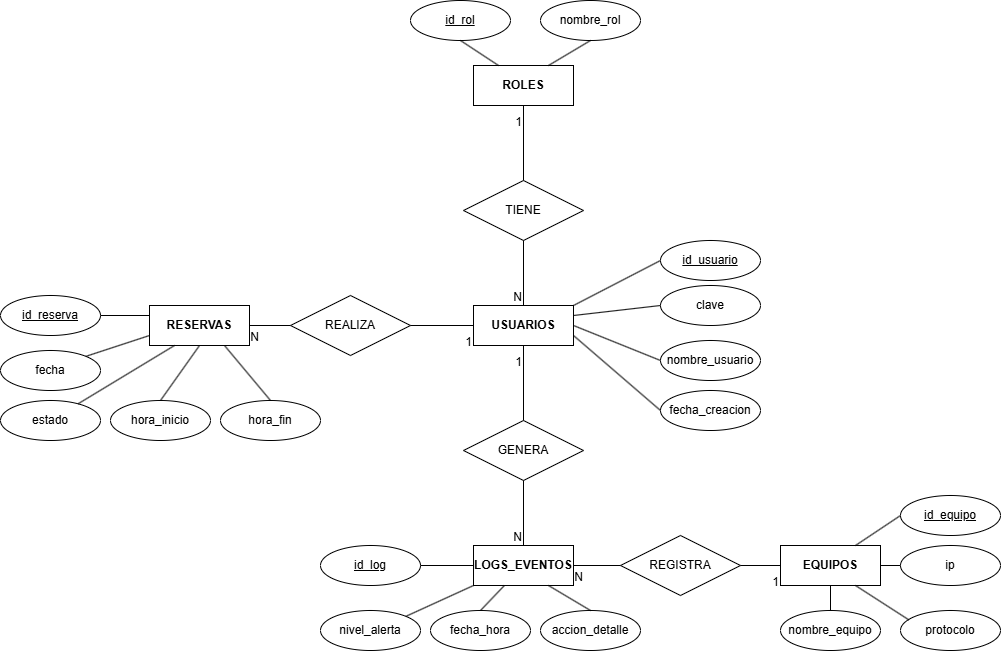
Above: database/ER_TFG_MTM.drawio.png in mtarraga/TFG-Automatizacion_y_gestion_de_espacios (draw.io), before the change. Source tidied: cells renumbered, new cells last; positions are measured from the earlier drawing's top-left corner, leaving out a move shared by most shapes.
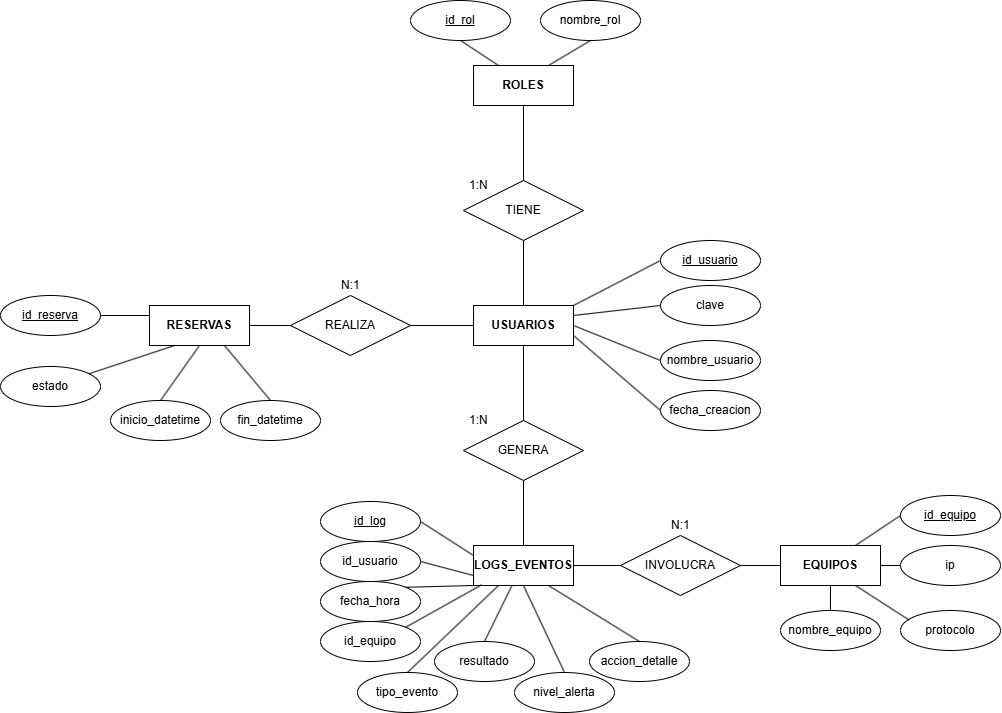
After the change.

Commit message:
docs: actualización Hito 1 con feedback del tutor (Modelos E-R, esquema SQL y Memoria)

Diff of the diagram source:
```diff
@@ -50,31 +50,28 @@
     <mxCell id="17" value="id_reserva" style="ellipse;whiteSpace=wrap;html=1;align=center;fontStyle=4;" parent="1" vertex="1">
       <mxGeometry y="295" width="100" height="40" as="geometry" />
     </mxCell>
-    <mxCell id="18" value="fecha" style="ellipse;whiteSpace=wrap;html=1;align=center;" parent="1" vertex="1">
-      <mxGeometry y="350" width="100" height="40" as="geometry" />
-    </mxCell>
-    <mxCell id="19" value="hora_inicio" style="ellipse;whiteSpace=wrap;html=1;align=center;" parent="1" vertex="1">
+    <mxCell id="19" value="inicio_datetime" style="ellipse;whiteSpace=wrap;html=1;align=center;" parent="1" vertex="1">
       <mxGeometry x="110" y="400" width="100" height="40" as="geometry" />
     </mxCell>
-    <mxCell id="20" value="hora_fin" style="ellipse;whiteSpace=wrap;html=1;align=center;" parent="1" vertex="1">
+    <mxCell id="20" value="fin_datetime" style="ellipse;whiteSpace=wrap;html=1;align=center;" parent="1" vertex="1">
       <mxGeometry x="220" y="400" width="100" height="40" as="geometry" />
     </mxCell>
     <mxCell id="21" value="estado" style="ellipse;whiteSpace=wrap;html=1;align=center;" parent="1" vertex="1">
-      <mxGeometry y="400" width="100" height="40" as="geometry" />
+      <mxGeometry y="366" width="100" height="40" as="geometry" />
     </mxCell>
     <mxCell id="22" value="id_log" style="ellipse;whiteSpace=wrap;html=1;align=center;fontStyle=4;" parent="1" vertex="1">
-      <mxGeometry x="320" y="545" width="100" height="40" as="geometry" />
+      <mxGeometry x="320" y="501" width="100" height="40" as="geometry" />
     </mxCell>
     <mxCell id="23" value="fecha_hora" style="ellipse;whiteSpace=wrap;html=1;align=center;" parent="1" vertex="1">
-      <mxGeometry x="430" y="610" width="100" height="40" as="geometry" />
+      <mxGeometry x="320" y="581" width="100" height="40" as="geometry" />
     </mxCell>
     <mxCell id="24" value="accion_detalle" style="ellipse;whiteSpace=wrap;html=1;align=center;" parent="1" vertex="1">
-      <mxGeometry x="540" y="610" width="100" height="40" as="geometry" />
+      <mxGeometry x="589" y="641" width="100" height="40" as="geometry" />
     </mxCell>
-    <mxCell id="25" value="nivel_alerta" style="ellipse;whiteSpace=wrap;html=1;align=center;" parent="1" vertex="1">
-      <mxGeometry x="320" y="610" width="100" height="40" as="geometry" />
+    <mxCell id="25" value="id_usuario" style="ellipse;whiteSpace=wrap;html=1;align=center;" parent="1" vertex="1">
+      <mxGeometry x="320" y="541" width="100" height="40" as="geometry" />
     </mxCell>
-    <mxCell id="26" value="REGISTRA" style="shape=rhombus;perimeter=rhombusPerimeter;whiteSpace=wrap;html=1;align=center;" parent="1" vertex="1">
+    <mxCell id="26" value="INVOLUCRA" style="shape=rhombus;perimeter=rhombusPerimeter;whiteSpace=wrap;html=1;align=center;" parent="1" vertex="1">
       <mxGeometry x="620" y="535" width="120" height="60" as="geometry" />
     </mxCell>
     <mxCell id="27" value="GENERA" style="shape=rhombus;perimeter=rhombusPerimeter;whiteSpace=wrap;html=1;align=center;" parent="1" vertex="1">
@@ -89,63 +86,32 @@
     <mxCell id="30" style="endArrow=none;html=1;rounded=0;entryX=0.5;entryY=1;entryDx=0;entryDy=0;exitX=0.5;exitY=0;exitDx=0;exitDy=0;" parent="1" edge="1" source="29" target="2">
       <mxGeometry relative="1" as="geometry" />
     </mxCell>
-    <mxCell id="31" value="1" style="html=1;whiteSpace=wrap;align=right;verticalAlign=bottom;" parent="30" vertex="1">
-      <mxGeometry x="1" relative="1" as="geometry">
-        <mxPoint y="25" as="offset" />
-      </mxGeometry>
-    </mxCell>
     <mxCell id="32" style="endArrow=none;html=1;rounded=0;entryX=0.5;entryY=0;entryDx=0;entryDy=0;exitX=0.5;exitY=1;exitDx=0;exitDy=0;" parent="1" edge="1" source="29" target="3">
       <mxGeometry relative="1" as="geometry" />
     </mxCell>
-    <mxCell id="33" value="N" style="html=1;whiteSpace=wrap;align=right;verticalAlign=bottom;" parent="32" vertex="1">
-      <mxGeometry x="1" relative="1" as="geometry" />
-    </mxCell>
     <mxCell id="34" style="endArrow=none;html=1;rounded=0;entryX=0;entryY=0.5;entryDx=0;entryDy=0;exitX=1;exitY=0.5;exitDx=0;exitDy=0;" parent="1" edge="1" source="28" target="3">
       <mxGeometry relative="1" as="geometry" />
     </mxCell>
-    <mxCell id="35" value="1" style="html=1;whiteSpace=wrap;align=right;verticalAlign=bottom;" parent="34" vertex="1">
-      <mxGeometry x="1" relative="1" as="geometry">
-        <mxPoint y="25" as="offset" />
-      </mxGeometry>
-    </mxCell>
     <mxCell id="36" style="endArrow=none;html=1;rounded=0;exitX=0;exitY=0.5;exitDx=0;exitDy=0;entryX=1;entryY=0.5;entryDx=0;entryDy=0;" parent="1" edge="1" source="28" target="5">
       <mxGeometry relative="1" as="geometry" />
     </mxCell>
-    <mxCell id="37" value="N" style="html=1;whiteSpace=wrap;align=right;verticalAlign=bottom;" parent="36" vertex="1">
+    <mxCell id="37" style="html=1;whiteSpace=wrap;align=right;verticalAlign=bottom;" parent="36" vertex="1">
       <mxGeometry x="1" relative="1" as="geometry">
-        <mxPoint x="11" y="20" as="offset" />
+        <mxPoint x="116" y="-30" as="offset" />
       </mxGeometry>
     </mxCell>
     <mxCell id="38" style="endArrow=none;html=1;rounded=0;entryX=0.5;entryY=1;entryDx=0;entryDy=0;exitX=0.5;exitY=0;exitDx=0;exitDy=0;" parent="1" edge="1" source="27" target="3">
       <mxGeometry relative="1" as="geometry" />
     </mxCell>
-    <mxCell id="39" value="1" style="html=1;whiteSpace=wrap;align=right;verticalAlign=bottom;" parent="38" vertex="1">
-      <mxGeometry x="1" relative="1" as="geometry">
-        <mxPoint y="25" as="offset" />
-      </mxGeometry>
-    </mxCell>
     <mxCell id="40" style="endArrow=none;html=1;rounded=0;exitX=0.5;exitY=1;exitDx=0;exitDy=0;entryX=0.5;entryY=0;entryDx=0;entryDy=0;" parent="1" edge="1" source="27" target="6">
       <mxGeometry relative="1" as="geometry" />
     </mxCell>
-    <mxCell id="41" value="N" style="html=1;whiteSpace=wrap;align=right;verticalAlign=bottom;" parent="40" vertex="1">
-      <mxGeometry x="1" relative="1" as="geometry" />
-    </mxCell>
     <mxCell id="42" style="endArrow=none;html=1;rounded=0;entryX=0;entryY=0.5;entryDx=0;entryDy=0;exitX=1;exitY=0.5;exitDx=0;exitDy=0;" parent="1" edge="1" source="26" target="4">
       <mxGeometry relative="1" as="geometry" />
     </mxCell>
-    <mxCell id="43" value="1" style="html=1;whiteSpace=wrap;align=right;verticalAlign=bottom;" parent="42" vertex="1">
-      <mxGeometry x="1" relative="1" as="geometry">
-        <mxPoint y="25" as="offset" />
-      </mxGeometry>
-    </mxCell>
     <mxCell id="44" style="endArrow=none;html=1;rounded=0;exitX=0;exitY=0.5;exitDx=0;exitDy=0;entryX=1;entryY=0.5;entryDx=0;entryDy=0;" parent="1" edge="1" source="26" target="6">
       <mxGeometry relative="1" as="geometry" />
     </mxCell>
-    <mxCell id="45" value="N" style="html=1;whiteSpace=wrap;align=right;verticalAlign=bottom;" parent="44" vertex="1">
-      <mxGeometry x="1" relative="1" as="geometry">
-        <mxPoint x="11" y="20" as="offset" />
-      </mxGeometry>
-    </mxCell>
     <mxCell id="46" style="endArrow=none;html=1;rounded=0;entryX=0;entryY=0.5;entryDx=0;entryDy=0;exitX=1;exitY=0;exitDx=0;exitDy=0;" parent="1" edge="1" source="3" target="9">
       <mxGeometry relative="1" as="geometry" />
     </mxCell>
@@ -164,13 +130,13 @@
     <mxCell id="51" style="endArrow=none;html=1;rounded=0;entryX=0.5;entryY=1;entryDx=0;entryDy=0;exitX=0.75;exitY=0;exitDx=0;exitDy=0;" parent="1" edge="1" source="2" target="7">
       <mxGeometry relative="1" as="geometry" />
     </mxCell>
-    <mxCell id="52" style="endArrow=none;html=1;rounded=0;entryX=0;entryY=0.5;entryDx=0;entryDy=0;exitX=1;exitY=0.5;exitDx=0;exitDy=0;" parent="1" edge="1" source="22" target="6">
+    <mxCell id="52" style="endArrow=none;html=1;rounded=0;exitX=1;exitY=0.5;exitDx=0;exitDy=0;entryX=0;entryY=0.25;entryDx=0;entryDy=0;" parent="1" edge="1" source="22" target="6">
       <mxGeometry relative="1" as="geometry" />
     </mxCell>
-    <mxCell id="53" style="endArrow=none;html=1;rounded=0;entryX=0;entryY=1;entryDx=0;entryDy=0;exitX=1;exitY=0;exitDx=0;exitDy=0;" parent="1" edge="1" source="25" target="6">
+    <mxCell id="53" style="endArrow=none;html=1;rounded=0;entryX=0;entryY=0.75;entryDx=0;entryDy=0;exitX=1;exitY=0.5;exitDx=0;exitDy=0;" parent="1" edge="1" source="25" target="6">
       <mxGeometry relative="1" as="geometry" />
     </mxCell>
-    <mxCell id="54" style="endArrow=none;html=1;rounded=0;exitX=0.5;exitY=0;exitDx=0;exitDy=0;" parent="1" edge="1" source="23" target="6">
+    <mxCell id="54" style="endArrow=none;html=1;rounded=0;exitX=1;exitY=0;exitDx=0;exitDy=0;entryX=0;entryY=1;entryDx=0;entryDy=0;" parent="1" edge="1" source="23" target="6">
       <mxGeometry relative="1" as="geometry" />
     </mxCell>
     <mxCell id="55" style="endArrow=none;html=1;rounded=0;entryX=0.75;entryY=1;entryDx=0;entryDy=0;exitX=0.5;exitY=0;exitDx=0;exitDy=0;" parent="1" edge="1" source="24" target="6">
@@ -179,9 +145,6 @@
     <mxCell id="56" style="endArrow=none;html=1;rounded=0;entryX=0;entryY=0.25;entryDx=0;entryDy=0;exitX=1;exitY=0.5;exitDx=0;exitDy=0;" parent="1" edge="1" source="17" target="5">
       <mxGeometry relative="1" as="geometry" />
     </mxCell>
-    <mxCell id="57" style="endArrow=none;html=1;rounded=0;entryX=0;entryY=0.75;entryDx=0;entryDy=0;exitX=1;exitY=0;exitDx=0;exitDy=0;" parent="1" edge="1" source="18" target="5">
-      <mxGeometry relative="1" as="geometry" />
-    </mxCell>
     <mxCell id="58" style="endArrow=none;html=1;rounded=0;entryX=0.25;entryY=1;entryDx=0;entryDy=0;" parent="1" edge="1" source="21" target="5">
       <mxGeometry relative="1" as="geometry" />
     </mxCell>
@@ -203,5 +166,41 @@
     <mxCell id="64" style="endArrow=none;html=1;rounded=0;entryX=0.084;entryY=0.235;entryDx=0;entryDy=0;exitX=0.75;exitY=1;exitDx=0;exitDy=0;entryPerimeter=0;" parent="1" edge="1" source="4" target="16">
       <mxGeometry relative="1" as="geometry" />
     </mxCell>
+    <mxCell id="65" value="N:1" style="text;strokeColor=none;fillColor=none;spacingLeft=4;spacingRight=4;overflow=hidden;fontSize=12;whiteSpace=wrap;html=1;" parent="1" vertex="1">
+      <mxGeometry x="335" y="271" width="30" height="24" as="geometry" />
+    </mxCell>
+    <mxCell id="66" value="1:N" style="text;strokeColor=none;fillColor=none;spacingLeft=4;spacingRight=4;overflow=hidden;fontSize=12;whiteSpace=wrap;html=1;" parent="1" vertex="1">
+      <mxGeometry x="463" y="171" width="30" height="24" as="geometry" />
+    </mxCell>
+    <mxCell id="67" value="1:N" style="text;strokeColor=none;fillColor=none;spacingLeft=4;spacingRight=4;overflow=hidden;fontSize=12;whiteSpace=wrap;html=1;" parent="1" vertex="1">
+      <mxGeometry x="463" y="406" width="30" height="24" as="geometry" />
+    </mxCell>
+    <mxCell id="68" value="N:1" style="text;strokeColor=none;fillColor=none;spacingLeft=4;spacingRight=4;overflow=hidden;fontSize=12;whiteSpace=wrap;html=1;" parent="1" vertex="1">
+      <mxGeometry x="665" y="511" width="30" height="24" as="geometry" />
+    </mxCell>
+    <mxCell id="69" value="id_equipo" style="ellipse;whiteSpace=wrap;html=1;align=center;" parent="1" vertex="1">
+      <mxGeometry x="320" y="621" width="100" height="40" as="geometry" />
+    </mxCell>
+    <mxCell id="70" style="endArrow=none;html=1;rounded=0;exitX=1;exitY=0;exitDx=0;exitDy=0;entryX=0.084;entryY=0.98;entryDx=0;entryDy=0;entryPerimeter=0;" parent="1" edge="1" source="69" target="6">
+      <mxGeometry relative="1" as="geometry" />
+    </mxCell>
+    <mxCell id="71" value="tipo_evento" style="ellipse;whiteSpace=wrap;html=1;align=center;" parent="1" vertex="1">
+      <mxGeometry x="357" y="672" width="100" height="40" as="geometry" />
+    </mxCell>
+    <mxCell id="72" style="endArrow=none;html=1;rounded=0;exitX=0.5;exitY=0;exitDx=0;exitDy=0;entryX=0.25;entryY=1;entryDx=0;entryDy=0;" parent="1" edge="1" source="71" target="6">
+      <mxGeometry relative="1" as="geometry" />
+    </mxCell>
+    <mxCell id="73" value="resultado" style="ellipse;whiteSpace=wrap;html=1;align=center;" parent="1" vertex="1">
+      <mxGeometry x="434" y="641" width="100" height="40" as="geometry" />
+    </mxCell>
+    <mxCell id="74" style="endArrow=none;html=1;rounded=0;exitX=0.5;exitY=0;exitDx=0;exitDy=0;entryX=0.385;entryY=0.999;entryDx=0;entryDy=0;entryPerimeter=0;" parent="1" edge="1" source="73" target="6">
+      <mxGeometry relative="1" as="geometry" />
+    </mxCell>
+    <mxCell id="75" value="nivel_alerta" style="ellipse;whiteSpace=wrap;html=1;align=center;" parent="1" vertex="1">
+      <mxGeometry x="514" y="672" width="100" height="40" as="geometry" />
+    </mxCell>
+    <mxCell id="76" style="endArrow=none;html=1;rounded=0;entryX=0.5;entryY=1;entryDx=0;entryDy=0;exitX=0.5;exitY=0;exitDx=0;exitDy=0;" parent="1" edge="1" source="75" target="6">
+      <mxGeometry relative="1" as="geometry" />
+    </mxCell>
   </root>
 </mxGraphModel>
```
